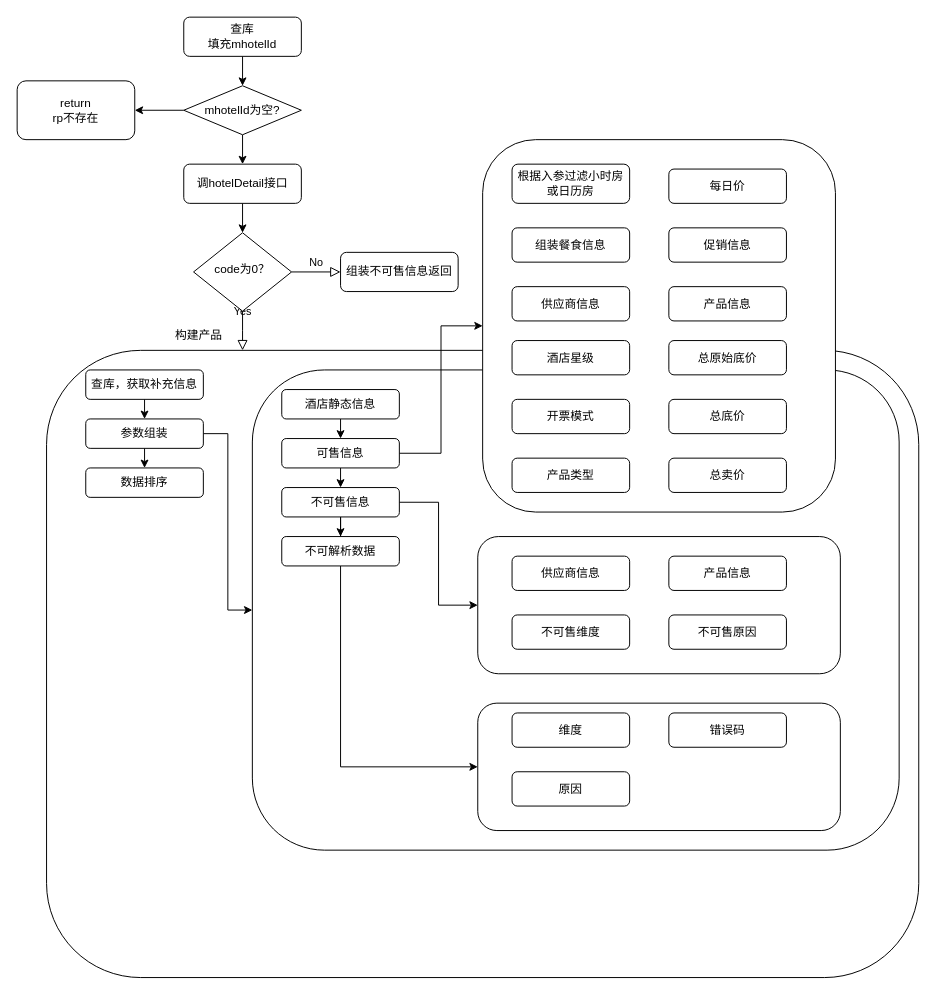
Before: nb/可视化工具和实时查询工具整合流程图.drawio in zhenjie-chen/diagrams, a draw.io diagram. Source tidied: cells renumbered, new cells numbered last; positions are measured from the earlier drawing's top-left corner, leaving out a move shared by most shapes. Both pictures are drawn from the tidied source at 98%, with x=0, y=0 at pixel (17, 17).
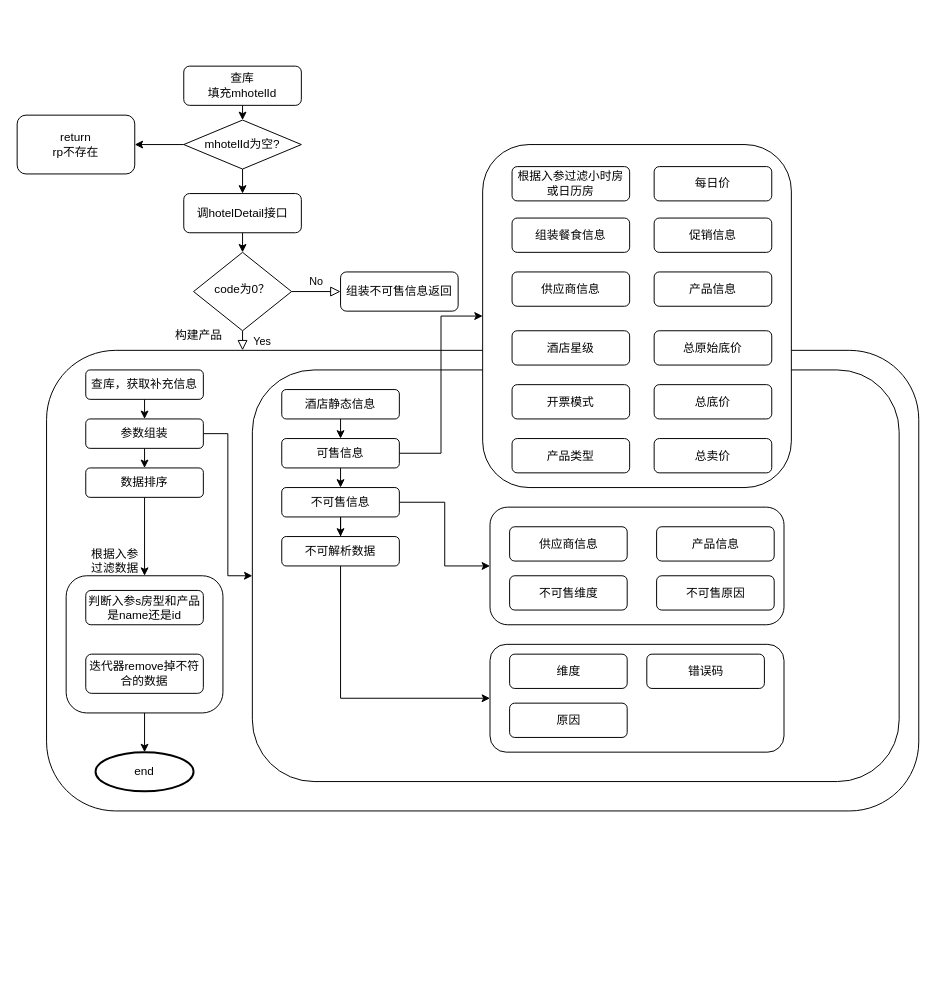
After the change.

Commit message (it also covers changes not shown here):
更新可视化工具和实时查询工具整合流程图.drawio

Unchanged cells that the change refers to:
```xml
<mxCell id="21" value="数据排序" style="rounded=1;whiteSpace=wrap;html=1;" parent="1" vertex="1">
  <mxGeometry x="70" y="460" width="120" height="30" as="geometry" />
</mxCell>
```

The edit, as a diff of the source:
```diff
@@
     <mxCell id="3" value="查库&lt;br&gt;填充mhotelId" style="rounded=1;whiteSpace=wrap;html=1;fontSize=12;glass=0;strokeWidth=1;shadow=0;" parent="1" vertex="1">
-      <mxGeometry x="170" width="120" height="40" as="geometry" />
+      <mxGeometry x="170" y="50" width="120" height="40" as="geometry" />
     </mxCell>
@@
     <mxCell id="6" value="code为0？" style="rhombus;whiteSpace=wrap;html=1;shadow=0;fontFamily=Helvetica;fontSize=12;align=center;strokeWidth=1;spacing=6;spacingTop=-4;" parent="1" vertex="1">
-      <mxGeometry x="180" y="220" width="100" height="80" as="geometry" />
+      <mxGeometry x="180" y="240" width="100" height="80" as="geometry" />
     </mxCell>
     <mxCell id="7" value="组装不可售信息返回" style="rounded=1;whiteSpace=wrap;html=1;fontSize=12;glass=0;strokeWidth=1;shadow=0;" parent="1" vertex="1">
-      <mxGeometry x="330" y="240" width="120" height="40" as="geometry" />
+      <mxGeometry x="330" y="260" width="120" height="40" as="geometry" />
     </mxCell>
     <mxCell id="8" style="rounded=1;whiteSpace=wrap;html=1;fontSize=12;glass=0;strokeWidth=1;shadow=0;" parent="1" vertex="1">
-      <mxGeometry x="30" y="340" width="890" height="640" as="geometry" />
+      <mxGeometry x="30" y="340" width="890" height="470" as="geometry" />
     </mxCell>
@@
     <mxCell id="10" value="调hotelDetail接口" style="rounded=1;whiteSpace=wrap;html=1;" parent="1" vertex="1">
-      <mxGeometry x="170" y="150" width="120" height="40" as="geometry" />
+      <mxGeometry x="170" y="180" width="120" height="40" as="geometry" />
     </mxCell>
@@
     <mxCell id="13" value="mhotelId为空?" style="rhombus;whiteSpace=wrap;html=1;" parent="1" vertex="1">
-      <mxGeometry x="170" y="70" width="120" height="50" as="geometry" />
+      <mxGeometry x="170" y="105" width="120" height="50" as="geometry" />
     </mxCell>
     <mxCell id="14" value="return &lt;br&gt;rp不存在" style="rounded=1;whiteSpace=wrap;html=1;" parent="1" vertex="1">
-      <mxGeometry y="65" width="120" height="60" as="geometry" />
+      <mxGeometry y="100" width="120" height="60" as="geometry" />
     </mxCell>
@@
+    <mxCell id="55" style="edgeStyle=orthogonalEdgeStyle;rounded=0;jettySize=auto;html=1;exitX=0.5;exitY=1;exitDx=0;exitDy=0;entryX=0.5;entryY=0;entryDx=0;entryDy=0;" parent="1" edge="1" source="21" target="56">
+      <mxGeometry relative="1" as="geometry" />
+    </mxCell>
@@
     <mxCell id="22" style="rounded=1;whiteSpace=wrap;html=1;" parent="1" vertex="1">
-      <mxGeometry x="240" y="360" width="660" height="490" as="geometry" />
+      <mxGeometry x="240" y="360" width="660" height="420" as="geometry" />
     </mxCell>
@@
     <mxCell id="33" style="rounded=1;whiteSpace=wrap;html=1;" parent="1" vertex="1">
-      <mxGeometry x="475" y="125" width="360" height="380" as="geometry" />
+      <mxGeometry x="475" y="130" width="315" height="350" as="geometry" />
     </mxCell>
     <mxCell id="34" value="根据入参过滤小时房或日历房" style="rounded=1;whiteSpace=wrap;html=1;" parent="1" vertex="1">
-      <mxGeometry x="505" y="150" width="120" height="40" as="geometry" />
+      <mxGeometry x="505" y="152.5" width="120" height="35" as="geometry" />
     </mxCell>
     <mxCell id="35" value="组装餐食信息" style="rounded=1;whiteSpace=wrap;html=1;" parent="1" vertex="1">
-      <mxGeometry x="505" y="215" width="120" height="35" as="geometry" />
+      <mxGeometry x="505" y="205" width="120" height="35" as="geometry" />
     </mxCell>
     <mxCell id="36" value="供应商信息" style="rounded=1;whiteSpace=wrap;html=1;" parent="1" vertex="1">
-      <mxGeometry x="505" y="275" width="120" height="35" as="geometry" />
+      <mxGeometry x="505" y="260" width="120" height="35" as="geometry" />
     </mxCell>
     <mxCell id="37" value="开票模式" style="rounded=1;whiteSpace=wrap;html=1;" parent="1" vertex="1">
-      <mxGeometry x="505" y="390" width="120" height="35" as="geometry" />
+      <mxGeometry x="505" y="375" width="120" height="35" as="geometry" />
     </mxCell>
     <mxCell id="38" value="酒店星级" style="rounded=1;whiteSpace=wrap;html=1;" parent="1" vertex="1">
-      <mxGeometry x="505" y="330" width="120" height="35" as="geometry" />
+      <mxGeometry x="505" y="320" width="120" height="35" as="geometry" />
     </mxCell>
     <mxCell id="39" value="产品类型" style="rounded=1;whiteSpace=wrap;html=1;" parent="1" vertex="1">
-      <mxGeometry x="505" y="450" width="120" height="35" as="geometry" />
+      <mxGeometry x="505" y="430" width="120" height="35" as="geometry" />
     </mxCell>
     <mxCell id="40" value="总原始底价" style="rounded=1;whiteSpace=wrap;html=1;" parent="1" vertex="1">
-      <mxGeometry x="665" y="330" width="120" height="35" as="geometry" />
+      <mxGeometry x="650" y="320" width="120" height="35" as="geometry" />
     </mxCell>
     <mxCell id="41" value="总卖价" style="rounded=1;whiteSpace=wrap;html=1;" parent="1" vertex="1">
-      <mxGeometry x="665" y="450" width="120" height="35" as="geometry" />
+      <mxGeometry x="650" y="430" width="120" height="35" as="geometry" />
     </mxCell>
     <mxCell id="42" value="总底价" style="rounded=1;whiteSpace=wrap;html=1;" parent="1" vertex="1">
-      <mxGeometry x="665" y="390" width="120" height="35" as="geometry" />
+      <mxGeometry x="650" y="375" width="120" height="35" as="geometry" />
     </mxCell>
     <mxCell id="43" value="促销信息" style="rounded=1;whiteSpace=wrap;html=1;" parent="1" vertex="1">
-      <mxGeometry x="665" y="215" width="120" height="35" as="geometry" />
+      <mxGeometry x="650" y="205" width="120" height="35" as="geometry" />
     </mxCell>
     <mxCell id="44" value="产品信息" style="rounded=1;whiteSpace=wrap;html=1;" parent="1" vertex="1">
-      <mxGeometry x="665" y="275" width="120" height="35" as="geometry" />
+      <mxGeometry x="650" y="260" width="120" height="35" as="geometry" />
     </mxCell>
     <mxCell id="45" value="每日价" style="rounded=1;whiteSpace=wrap;html=1;" parent="1" vertex="1">
-      <mxGeometry x="665" y="155" width="120" height="35" as="geometry" />
+      <mxGeometry x="650" y="152.5" width="120" height="35" as="geometry" />
     </mxCell>
     <mxCell id="46" style="rounded=1;whiteSpace=wrap;html=1;" parent="1" vertex="1">
-      <mxGeometry x="470" y="530" width="370" height="140" as="geometry" />
+      <mxGeometry x="482.5" y="500" width="300" height="120" as="geometry" />
     </mxCell>
     <mxCell id="47" value="供应商信息" style="rounded=1;whiteSpace=wrap;html=1;" parent="1" vertex="1">
-      <mxGeometry x="505" y="550" width="120" height="35" as="geometry" />
+      <mxGeometry x="502.5" y="520" width="120" height="35" as="geometry" />
     </mxCell>
     <mxCell id="48" value="产品信息" style="rounded=1;whiteSpace=wrap;html=1;" parent="1" vertex="1">
-      <mxGeometry x="665" y="550" width="120" height="35" as="geometry" />
+      <mxGeometry x="652.5" y="520" width="120" height="35" as="geometry" />
     </mxCell>
     <mxCell id="49" value="不可售维度" style="rounded=1;whiteSpace=wrap;html=1;" parent="1" vertex="1">
-      <mxGeometry x="505" y="610" width="120" height="35" as="geometry" />
+      <mxGeometry x="502.5" y="570" width="120" height="35" as="geometry" />
     </mxCell>
     <mxCell id="50" value="不可售原因" style="rounded=1;whiteSpace=wrap;html=1;" parent="1" vertex="1">
-      <mxGeometry x="665" y="610" width="120" height="35" as="geometry" />
+      <mxGeometry x="652.5" y="570" width="120" height="35" as="geometry" />
     </mxCell>
     <mxCell id="51" style="rounded=1;whiteSpace=wrap;html=1;" parent="1" vertex="1">
-      <mxGeometry x="470" y="700" width="370" height="130" as="geometry" />
+      <mxGeometry x="482.5" y="640" width="300" height="110" as="geometry" />
     </mxCell>
     <mxCell id="52" value="维度" style="rounded=1;whiteSpace=wrap;html=1;" parent="1" vertex="1">
-      <mxGeometry x="505" y="710" width="120" height="35" as="geometry" />
+      <mxGeometry x="502.5" y="650" width="120" height="35" as="geometry" />
     </mxCell>
     <mxCell id="53" value="错误码" style="rounded=1;whiteSpace=wrap;html=1;" parent="1" vertex="1">
-      <mxGeometry x="665" y="710" width="120" height="35" as="geometry" />
+      <mxGeometry x="642.5" y="650" width="120" height="35" as="geometry" />
     </mxCell>
     <mxCell id="54" value="原因" style="rounded=1;whiteSpace=wrap;html=1;" parent="1" vertex="1">
-      <mxGeometry x="505" y="770" width="120" height="35" as="geometry" />
+      <mxGeometry x="502.5" y="700" width="120" height="35" as="geometry" />
     </mxCell>
+    <mxCell id="56" style="rounded=1;whiteSpace=wrap;html=1;" parent="1" vertex="1">
+      <mxGeometry x="50" y="570" width="160" height="140" as="geometry" />
+    </mxCell>
+    <mxCell id="57" value="根据入参过滤数据" style="text;html=1;strokeColor=none;fillColor=none;align=center;verticalAlign=middle;whiteSpace=wrap;rounded=0;" parent="1" vertex="1">
+      <mxGeometry x="70" y="540" width="60" height="30" as="geometry" />
+    </mxCell>
+    <mxCell id="58" value="判断入参s房型和产品是name还是id" style="rounded=1;whiteSpace=wrap;html=1;" parent="1" vertex="1">
+      <mxGeometry x="70" y="585" width="120" height="35" as="geometry" />
+    </mxCell>
+    <mxCell id="59" value="迭代器remove掉不符合的数据" style="rounded=1;whiteSpace=wrap;html=1;" parent="1" vertex="1">
+      <mxGeometry x="70" y="650" width="120" height="40" as="geometry" />
+    </mxCell>
+    <mxCell id="60" value="end" style="strokeWidth=2;html=1;shape=mxgraph.flowchart.start_2;whiteSpace=wrap;" parent="1" vertex="1">
+      <mxGeometry x="80" y="750" width="100" height="40" as="geometry" />
+    </mxCell>
+    <mxCell id="61" style="edgeStyle=orthogonalEdgeStyle;rounded=0;jettySize=auto;html=1;exitX=0.5;exitY=1;exitDx=0;exitDy=0;entryX=0.5;entryY=0;entryDx=0;entryDy=0;entryPerimeter=0;" parent="1" edge="1" source="56" target="60">
+      <mxGeometry relative="1" as="geometry" />
+    </mxCell>
```
